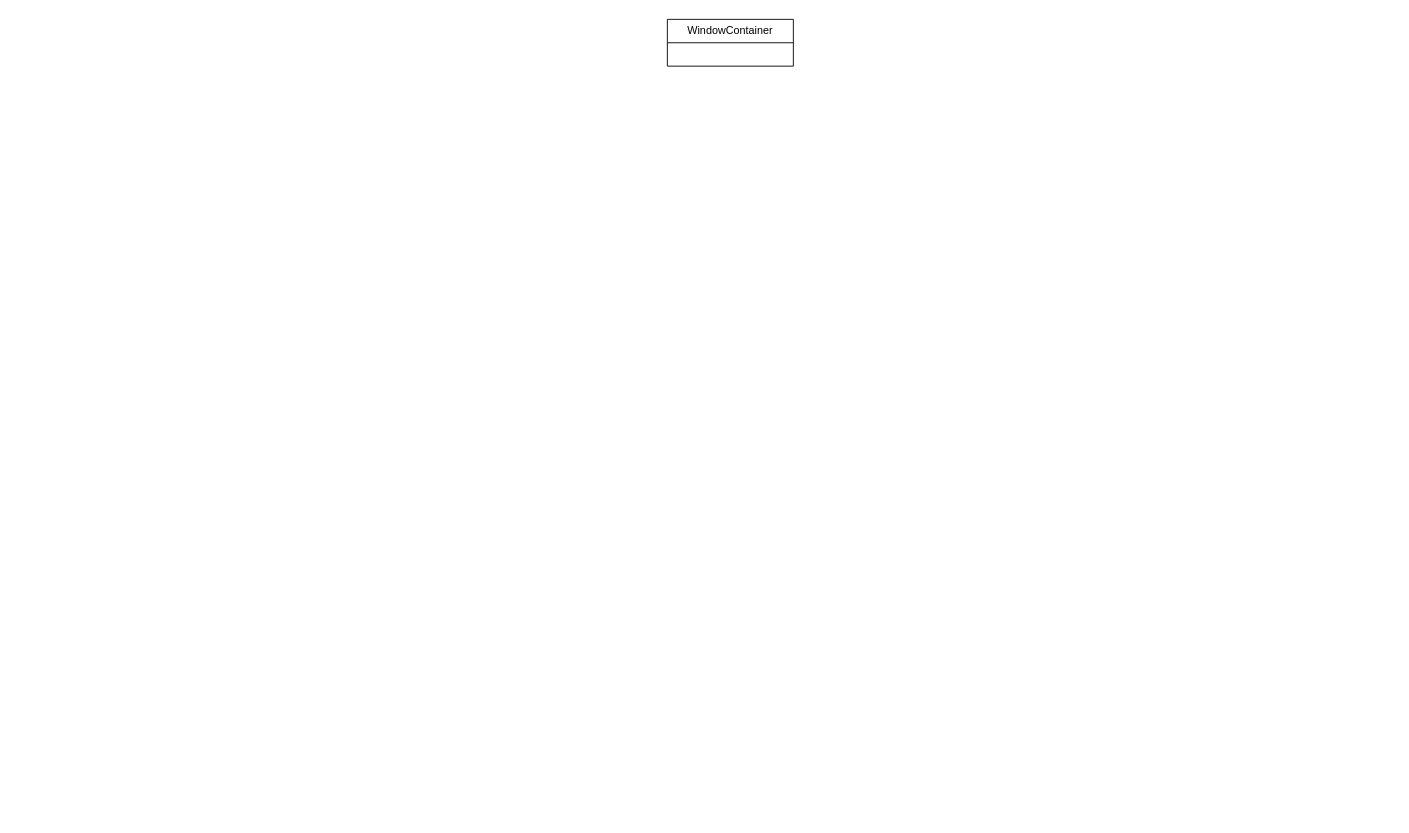
Before: page "Class Hierachy" (1 of 2) of WMS.drawio in Kaling1203/Diagram, a draw.io diagram. Source tidied: cells renumbered, new cells numbered last; positions are measured from the earlier drawing's top-left corner, leaving out a move shared by most shapes. Both pictures are drawn from the tidied source at 90%, with x=0, y=0 at pixel (667, 19).
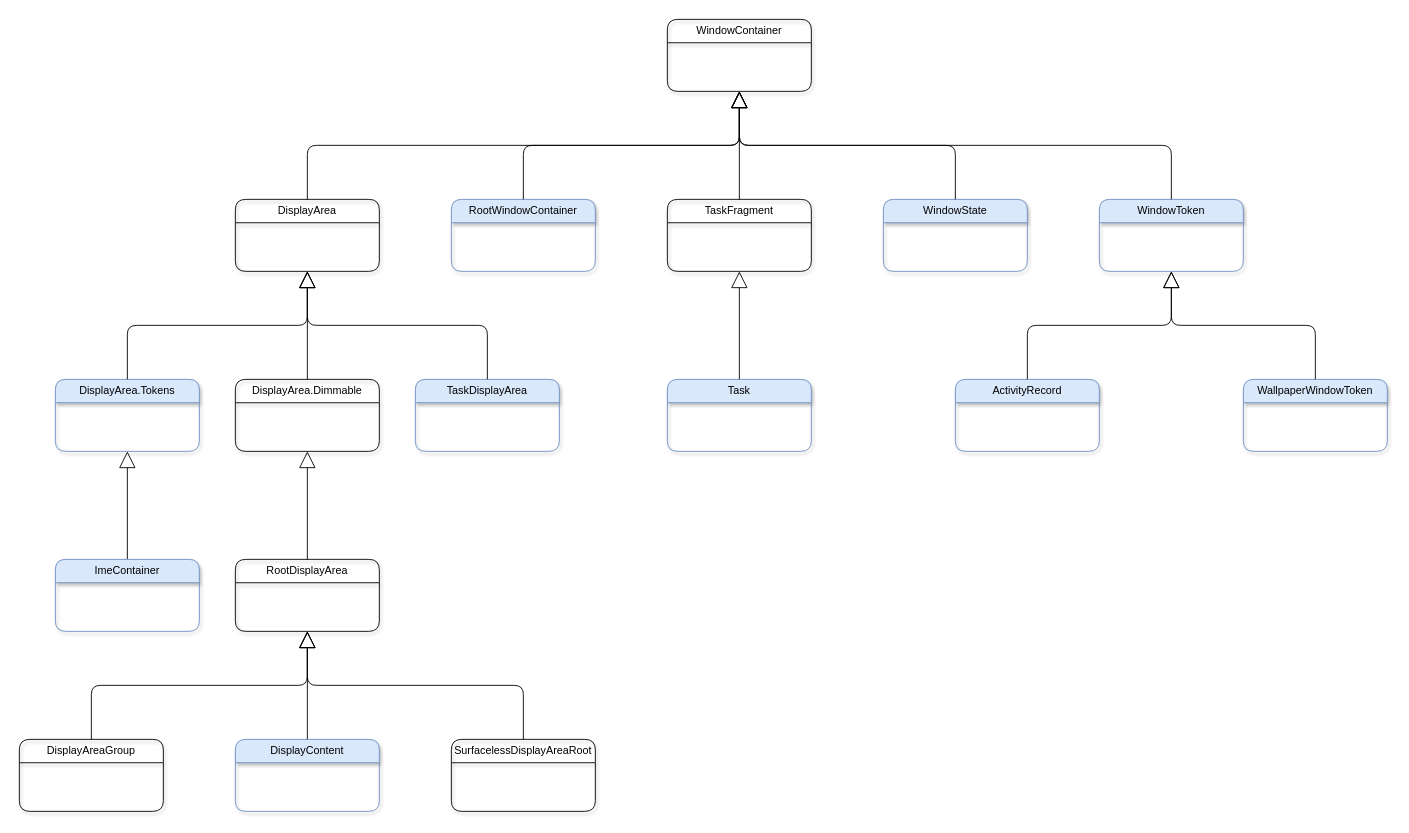
The same page after the edit.

Diff of the diagram source:
```diff
@@
-    <mxCell id="2" value="WindowContainer" style="swimlane;fontStyle=0;horizontal=1;startSize=26;fillColor=none;whiteSpace=wrap;html=1;" parent="1" vertex="1">
-      <mxGeometry width="140" height="52" as="geometry" />
+    <mxCell id="2" value="WindowContainer" style="swimlane;fontStyle=0;horizontal=1;startSize=26;fillColor=none;whiteSpace=wrap;html=1;rounded=1;shadow=1;" parent="1" vertex="1">
+      <mxGeometry width="160" height="80" as="geometry" />
     </mxCell>
+    <mxCell id="3" value="DisplayArea" style="swimlane;fontStyle=0;horizontal=1;startSize=26;fillColor=none;whiteSpace=wrap;html=1;rounded=1;shadow=1;" parent="1" vertex="1">
+      <mxGeometry x="-480" y="200" width="160" height="80" as="geometry" />
+    </mxCell>
+    <mxCell id="4" value="RootWindowContainer" style="swimlane;fontStyle=0;horizontal=1;startSize=26;fillColor=#dae8fc;whiteSpace=wrap;html=1;rounded=1;shadow=1;strokeColor=#6c8ebf;" parent="1" vertex="1">
+      <mxGeometry x="-240" y="200" width="160" height="80" as="geometry" />
+    </mxCell>
+    <mxCell id="5" value="TaskFragment" style="swimlane;fontStyle=0;horizontal=1;startSize=26;fillColor=none;whiteSpace=wrap;html=1;rounded=1;shadow=1;" parent="1" vertex="1">
+      <mxGeometry y="200" width="160" height="80" as="geometry" />
+    </mxCell>
+    <mxCell id="6" value="WindowState" style="swimlane;fontStyle=0;horizontal=1;startSize=26;fillColor=#dae8fc;whiteSpace=wrap;html=1;rounded=1;shadow=1;strokeColor=#6c8ebf;" parent="1" vertex="1">
+      <mxGeometry x="240" y="200" width="160" height="80" as="geometry" />
+    </mxCell>
+    <mxCell id="7" value="WindowToken" style="swimlane;fontStyle=0;horizontal=1;startSize=26;fillColor=#dae8fc;whiteSpace=wrap;html=1;rounded=1;shadow=1;strokeColor=#6c8ebf;" parent="1" vertex="1">
+      <mxGeometry x="480" y="200" width="160" height="80" as="geometry" />
+    </mxCell>
+    <mxCell id="8" style="endArrow=block;endSize=16;endFill=0;html=1;rounded=1;edgeStyle=orthogonalEdgeStyle;curved=0;" parent="1" edge="1" source="3" target="2">
+      <mxGeometry relative="1" as="geometry">
+        <Array as="points">
+          <mxPoint x="-400" y="140" />
+          <mxPoint x="80" y="140" />
+        </Array>
+      </mxGeometry>
+    </mxCell>
+    <mxCell id="9" style="endArrow=block;endSize=16;endFill=0;html=1;rounded=1;curved=0;" parent="1" edge="1" source="26" target="14">
+      <mxGeometry relative="1" as="geometry" />
+    </mxCell>
+    <mxCell id="10" style="endArrow=block;endSize=16;endFill=0;html=1;rounded=1;edgeStyle=orthogonalEdgeStyle;" parent="1" edge="1" source="4" target="2">
+      <mxGeometry relative="1" as="geometry">
+        <Array as="points">
+          <mxPoint x="-160" y="140" />
+          <mxPoint x="80" y="140" />
+        </Array>
+      </mxGeometry>
+    </mxCell>
+    <mxCell id="11" style="endArrow=block;endSize=16;endFill=0;html=1;rounded=1;curved=0;" parent="1" edge="1" source="5" target="2">
+      <mxGeometry relative="1" as="geometry" />
+    </mxCell>
+    <mxCell id="12" style="endArrow=block;endSize=16;endFill=0;html=1;rounded=1;edgeStyle=orthogonalEdgeStyle;" parent="1" edge="1" source="6" target="2">
+      <mxGeometry relative="1" as="geometry">
+        <Array as="points">
+          <mxPoint x="320" y="140" />
+          <mxPoint x="80" y="140" />
+        </Array>
+      </mxGeometry>
+    </mxCell>
+    <mxCell id="13" style="endArrow=block;endSize=16;endFill=0;html=1;rounded=1;edgeStyle=orthogonalEdgeStyle;" parent="1" edge="1" source="7" target="2">
+      <mxGeometry relative="1" as="geometry">
+        <Array as="points">
+          <mxPoint x="560" y="140" />
+          <mxPoint x="80" y="140" />
+        </Array>
+      </mxGeometry>
+    </mxCell>
+    <mxCell id="14" value="DisplayArea.Tokens" style="swimlane;fontStyle=0;horizontal=1;startSize=26;fillColor=#dae8fc;whiteSpace=wrap;html=1;rounded=1;shadow=1;strokeColor=#6c8ebf;" parent="1" vertex="1">
+      <mxGeometry x="-680" y="400" width="160" height="80" as="geometry" />
+    </mxCell>
+    <mxCell id="15" style="endArrow=block;endSize=16;endFill=0;html=1;rounded=1;edgeStyle=orthogonalEdgeStyle;" parent="1" edge="1" source="14" target="3">
+      <mxGeometry relative="1" as="geometry">
+        <Array as="points">
+          <mxPoint x="-600" y="340" />
+          <mxPoint x="-400" y="340" />
+        </Array>
+      </mxGeometry>
+    </mxCell>
+    <mxCell id="16" value="DisplayArea.Dimmable" style="swimlane;fontStyle=0;horizontal=1;startSize=26;fillColor=none;whiteSpace=wrap;html=1;rounded=1;shadow=1;" parent="1" vertex="1">
+      <mxGeometry x="-480" y="400" width="160" height="80" as="geometry" />
+    </mxCell>
+    <mxCell id="17" style="endArrow=block;endSize=16;endFill=0;html=1;rounded=1;edgeStyle=orthogonalEdgeStyle;" parent="1" edge="1" source="16" target="3">
+      <mxGeometry relative="1" as="geometry" />
+    </mxCell>
+    <mxCell id="18" value="TaskDisplayArea" style="swimlane;fontStyle=0;horizontal=1;startSize=26;fillColor=#dae8fc;whiteSpace=wrap;html=1;rounded=1;shadow=1;strokeColor=#6c8ebf;" parent="1" vertex="1">
+      <mxGeometry x="-280" y="400" width="160" height="80" as="geometry" />
+    </mxCell>
+    <mxCell id="19" style="endArrow=block;endSize=16;endFill=0;html=1;rounded=1;edgeStyle=orthogonalEdgeStyle;" parent="1" edge="1" source="18" target="3">
+      <mxGeometry relative="1" as="geometry">
+        <Array as="points">
+          <mxPoint x="-200" y="340" />
+          <mxPoint x="-400" y="340" />
+        </Array>
+      </mxGeometry>
+    </mxCell>
+    <mxCell id="20" value="Task" style="swimlane;fontStyle=0;horizontal=1;startSize=26;fillColor=#dae8fc;whiteSpace=wrap;html=1;rounded=1;shadow=1;strokeColor=#6c8ebf;" parent="1" vertex="1">
+      <mxGeometry y="400" width="160" height="80" as="geometry" />
+    </mxCell>
+    <mxCell id="21" style="endArrow=block;endSize=16;endFill=0;html=1;rounded=1;curved=0;" parent="1" edge="1" source="20" target="5">
+      <mxGeometry relative="1" as="geometry" />
+    </mxCell>
+    <mxCell id="22" value="ActivityRecord" style="swimlane;fontStyle=0;horizontal=1;startSize=26;fillColor=#dae8fc;whiteSpace=wrap;html=1;rounded=1;shadow=1;strokeColor=#6c8ebf;" parent="1" vertex="1">
+      <mxGeometry x="320" y="400" width="160" height="80" as="geometry" />
+    </mxCell>
+    <mxCell id="23" style="endArrow=block;endSize=16;endFill=0;html=1;rounded=1;edgeStyle=orthogonalEdgeStyle;" parent="1" edge="1" source="22" target="7">
+      <mxGeometry relative="1" as="geometry" />
+    </mxCell>
+    <mxCell id="24" value="WallpaperWindowToken " style="swimlane;fontStyle=0;horizontal=1;startSize=26;fillColor=#dae8fc;whiteSpace=wrap;html=1;rounded=1;shadow=1;strokeColor=#6c8ebf;" parent="1" vertex="1">
+      <mxGeometry x="640" y="400" width="160" height="80" as="geometry" />
+    </mxCell>
+    <mxCell id="25" style="endArrow=block;endSize=16;endFill=0;html=1;rounded=1;edgeStyle=orthogonalEdgeStyle;" parent="1" edge="1" source="24" target="7">
+      <mxGeometry relative="1" as="geometry" />
+    </mxCell>
+    <mxCell id="26" value="ImeContainer" style="swimlane;fontStyle=0;horizontal=1;startSize=26;fillColor=#dae8fc;whiteSpace=wrap;html=1;rounded=1;shadow=1;strokeColor=#6c8ebf;" parent="1" vertex="1">
+      <mxGeometry x="-680" y="600" width="160" height="80" as="geometry" />
+    </mxCell>
+    <mxCell id="27" value="RootDisplayArea " style="swimlane;fontStyle=0;horizontal=1;startSize=26;fillColor=none;whiteSpace=wrap;html=1;rounded=1;shadow=1;" parent="1" vertex="1">
+      <mxGeometry x="-480" y="600" width="160" height="80" as="geometry" />
+    </mxCell>
+    <mxCell id="28" style="endArrow=block;endSize=16;endFill=0;html=1;rounded=1;curved=0;" parent="1" edge="1" source="27" target="16">
+      <mxGeometry relative="1" as="geometry" />
+    </mxCell>
+    <mxCell id="29" value="DisplayAreaGroup" style="swimlane;fontStyle=0;horizontal=1;startSize=26;fillColor=none;whiteSpace=wrap;html=1;rounded=1;shadow=1;" parent="1" vertex="1">
+      <mxGeometry x="-720" y="800" width="160" height="80" as="geometry" />
+    </mxCell>
+    <mxCell id="30" style="endArrow=block;endSize=16;endFill=0;html=1;rounded=1;edgeStyle=elbowEdgeStyle;elbow=vertical;" parent="1" edge="1" source="29" target="27">
+      <mxGeometry relative="1" as="geometry" />
+    </mxCell>
+    <mxCell id="31" value="DisplayContent" style="swimlane;fontStyle=0;horizontal=1;startSize=26;fillColor=#dae8fc;whiteSpace=wrap;html=1;rounded=1;shadow=1;strokeColor=#6c8ebf;" parent="1" vertex="1">
+      <mxGeometry x="-480" y="800" width="160" height="80" as="geometry" />
+    </mxCell>
+    <mxCell id="32" style="endArrow=block;endSize=16;endFill=0;html=1;rounded=1;curved=0;" parent="1" edge="1" source="31" target="27">
+      <mxGeometry relative="1" as="geometry" />
+    </mxCell>
+    <mxCell id="33" value="SurfacelessDisplayAreaRoot" style="swimlane;fontStyle=0;horizontal=1;startSize=26;fillColor=none;whiteSpace=wrap;html=1;rounded=1;shadow=1;" parent="1" vertex="1">
+      <mxGeometry x="-240" y="800" width="160" height="80" as="geometry" />
+    </mxCell>
+    <mxCell id="34" style="endArrow=block;endSize=16;endFill=0;html=1;rounded=1;edgeStyle=orthogonalEdgeStyle;" parent="1" edge="1" source="33" target="27">
+      <mxGeometry relative="1" as="geometry">
+        <Array as="points">
+          <mxPoint x="-160" y="740" />
+          <mxPoint x="-400" y="740" />
+        </Array>
+      </mxGeometry>
+    </mxCell>
```
